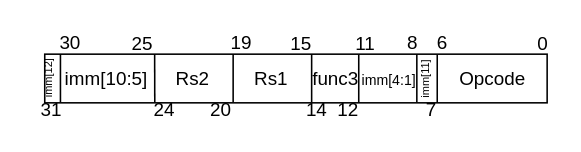
The draw.io diagram LAB3/homebook/images/sources/Btype.drawio in campandrea/Lab_ISA, before the edit. Source tidied: cells renumbered, new cells numbered last; positions are measured from the earlier drawing's top-left corner, leaving out a move shared by most shapes. Both pictures are drawn from the tidied source at 157%, with x=0, y=0 at pixel (14, 27).
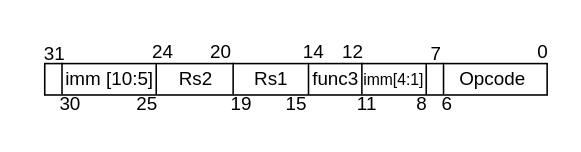
Above is the later version.

What changed in the source:
```diff
@@
-    <mxCell id="2" style="rounded=0;whiteSpace=wrap;html=1;" parent="1" vertex="1">
-      <mxGeometry x="19" y="17" width="320" height="31" as="geometry" />
-    </mxCell>
-    <mxCell id="3" style="endArrow=none;html=1;exitX=0.219;exitY=0.999;exitDx=0;exitDy=0;exitPerimeter=0;" parent="1" edge="1" source="2">
-      <mxGeometry relative="1" as="geometry">
-        <mxPoint x="89" y="17" as="targetPoint" />
-      </mxGeometry>
-    </mxCell>
-    <mxCell id="4" style="endArrow=none;html=1;exitX=0.375;exitY=0.987;exitDx=0;exitDy=0;exitPerimeter=0;" parent="1" edge="1" source="2">
-      <mxGeometry relative="1" as="geometry">
-        <mxPoint x="139" y="17" as="targetPoint" />
-      </mxGeometry>
-    </mxCell>
-    <mxCell id="5" value="imm[10:5]" style="text;html=1;align=center;verticalAlign=middle;" parent="1" vertex="1">
-      <mxGeometry x="23" y="23" width="70" height="20" as="geometry" />
-    </mxCell>
-    <mxCell id="6" value="Rs2" style="text;html=1;align=center;verticalAlign=middle;" parent="1" vertex="1">
-      <mxGeometry x="93" y="22.5" width="40" height="20" as="geometry" />
-    </mxCell>
+    <mxCell id="32" style="rounded=0;whiteSpace=wrap;html=1;" parent="1" vertex="1">
+      <mxGeometry x="19" y="23" width="320" height="20" as="geometry" />
+    </mxCell>
@@
-    <mxCell id="9" value="&lt;font style=&quot;font-size: 9px&quot;&gt;imm[4:1]&lt;/font&gt;" style="text;html=1;align=center;verticalAlign=middle;" parent="1" vertex="1">
-      <mxGeometry x="213" y="22.5" width="50" height="20" as="geometry" />
+    <mxCell id="9" value="&lt;font style=&quot;font-size: 10px&quot;&gt;imm[4:1]&lt;/font&gt;" style="text;html=1;align=center;verticalAlign=middle;" parent="1" vertex="1">
+      <mxGeometry x="216" y="22.5" width="49" height="20" as="geometry" />
     </mxCell>
     <mxCell id="10" value="Opcode" style="text;html=1;align=center;verticalAlign=middle;" parent="1" vertex="1">
-      <mxGeometry x="274" y="22.5" width="60" height="20" as="geometry" />
+      <mxGeometry x="274" y="23" width="60" height="20" as="geometry" />
     </mxCell>
     <mxCell id="11" value="31" style="text;html=1;align=center;verticalAlign=middle;" parent="1" vertex="1">
-      <mxGeometry x="8" y="43" width="30" height="20" as="geometry" />
+      <mxGeometry x="10" y="7" width="30" height="20" as="geometry" />
     </mxCell>
-    <mxCell id="12" value="25" style="text;html=1;align=center;verticalAlign=middle;" parent="1" vertex="1">
-      <mxGeometry x="66" y="1" width="30" height="20" as="geometry" />
-    </mxCell>
-    <mxCell id="13" value="24" style="text;html=1;align=center;verticalAlign=middle;" parent="1" vertex="1">
-      <mxGeometry x="82" y="43" width="25" height="19" as="geometry" />
-    </mxCell>
     <mxCell id="14" value="20" style="text;html=1;align=center;verticalAlign=middle;" parent="1" vertex="1">
-      <mxGeometry x="118" y="43" width="25" height="19" as="geometry" />
+      <mxGeometry x="118" y="6" width="25" height="19" as="geometry" />
     </mxCell>
     <mxCell id="15" value="19" style="text;html=1;align=center;verticalAlign=middle;" parent="1" vertex="1">
-      <mxGeometry x="131" y="0.5" width="25" height="19" as="geometry" />
+      <mxGeometry x="131" y="39" width="25" height="19" as="geometry" />
     </mxCell>
     <mxCell id="16" value="15" style="text;html=1;align=center;verticalAlign=middle;" parent="1" vertex="1">
-      <mxGeometry x="169" y="1" width="25" height="19" as="geometry" />
+      <mxGeometry x="166.5" y="39" width="25" height="19" as="geometry" />
     </mxCell>
     <mxCell id="17" value="14" style="text;html=1;align=center;verticalAlign=middle;" parent="1" vertex="1">
-      <mxGeometry x="179" y="43" width="25" height="19" as="geometry" />
+      <mxGeometry x="177" y="6" width="25" height="19" as="geometry" />
     </mxCell>
     <mxCell id="18" value="12" style="text;html=1;align=center;verticalAlign=middle;" parent="1" vertex="1">
-      <mxGeometry x="199" y="43" width="25" height="19" as="geometry" />
+      <mxGeometry x="202" y="6" width="25" height="19" as="geometry" />
     </mxCell>
-    <mxCell id="19" value="11" style="text;html=1;align=center;verticalAlign=middle;" parent="1" vertex="1">
-      <mxGeometry x="211" y="1.5" width="24" height="19" as="geometry" />
-    </mxCell>
     <mxCell id="20" value="7" style="text;html=1;align=center;verticalAlign=middle;" parent="1" vertex="1">
-      <mxGeometry x="256" y="43.5" width="17" height="19" as="geometry" />
+      <mxGeometry x="259" y="7" width="17" height="19" as="geometry" />
     </mxCell>
     <mxCell id="21" value="6" style="text;html=1;align=center;verticalAlign=middle;" parent="1" vertex="1">
-      <mxGeometry x="263" width="17" height="19" as="geometry" />
+      <mxGeometry x="266" y="39" width="17" height="19" as="geometry" />
     </mxCell>
     <mxCell id="22" value="0" style="text;html=1;align=center;verticalAlign=middle;" parent="1" vertex="1">
-      <mxGeometry x="327" y="1" width="17" height="19" as="geometry" />
+      <mxGeometry x="327" y="6" width="17" height="19" as="geometry" />
     </mxCell>
-    <mxCell id="23" style="endArrow=none;html=1;exitX=0.375;exitY=0.987;exitDx=0;exitDy=0;exitPerimeter=0;" parent="1" edge="1">
-      <mxGeometry relative="1" as="geometry">
-        <mxPoint x="189" y="47.6" as="sourcePoint" />
-        <mxPoint x="189" y="17" as="targetPoint" />
-      </mxGeometry>
-    </mxCell>
-    <mxCell id="24" style="endArrow=none;html=1;exitX=0.375;exitY=0.987;exitDx=0;exitDy=0;exitPerimeter=0;" parent="1" edge="1">
-      <mxGeometry relative="1" as="geometry">
-        <mxPoint x="219" y="48" as="sourcePoint" />
-        <mxPoint x="219" y="17.4" as="targetPoint" />
-      </mxGeometry>
-    </mxCell>
-    <mxCell id="25" style="endArrow=none;html=1;exitX=0.375;exitY=0.987;exitDx=0;exitDy=0;exitPerimeter=0;" parent="1" edge="1">
-      <mxGeometry relative="1" as="geometry">
-        <mxPoint x="269" y="48" as="sourcePoint" />
-        <mxPoint x="269" y="17.4" as="targetPoint" />
-        <Array as="points">
-          <mxPoint x="269" y="33" />
-        </Array>
-      </mxGeometry>
-    </mxCell>
-    <mxCell id="26" style="endArrow=none;html=1;exitX=0.375;exitY=0.987;exitDx=0;exitDy=0;exitPerimeter=0;" parent="1" edge="1">
-      <mxGeometry relative="1" as="geometry">
-        <mxPoint x="29" y="47.6" as="sourcePoint" />
-        <mxPoint x="29" y="17" as="targetPoint" />
-      </mxGeometry>
-    </mxCell>
-    <mxCell id="27" value="&lt;font style=&quot;font-size: 7px&quot;&gt;imm[12]&lt;/font&gt;" style="text;html=1;align=center;verticalAlign=middle;rotation=-90;" parent="1" vertex="1">
-      <mxGeometry y="23" width="40" height="20" as="geometry" />
-    </mxCell>
+    <mxCell id="33" style="endArrow=none;html=1;" parent="1" edge="1">
+      <mxGeometry relative="1" as="geometry">
+        <mxPoint x="273" y="42.5" as="sourcePoint" />
+        <mxPoint x="273" y="22.5" as="targetPoint" />
+        <Array as="points">
+          <mxPoint x="273" y="30.5" />
+        </Array>
+      </mxGeometry>
+    </mxCell>
+    <mxCell id="34" style="endArrow=none;html=1;" parent="1" edge="1">
+      <mxGeometry relative="1" as="geometry">
+        <mxPoint x="221" y="42.5" as="sourcePoint" />
+        <mxPoint x="221" y="22.5" as="targetPoint" />
+        <Array as="points">
+          <mxPoint x="221" y="30.5" />
+        </Array>
+      </mxGeometry>
+    </mxCell>
+    <mxCell id="35" style="endArrow=none;html=1;" parent="1" edge="1">
+      <mxGeometry relative="1" as="geometry">
+        <mxPoint x="187" y="43" as="sourcePoint" />
+        <mxPoint x="187" y="23" as="targetPoint" />
+        <Array as="points">
+          <mxPoint x="187" y="31" />
+        </Array>
+      </mxGeometry>
+    </mxCell>
+    <mxCell id="36" style="endArrow=none;html=1;" parent="1" edge="1">
+      <mxGeometry relative="1" as="geometry">
+        <mxPoint x="139" y="42.5" as="sourcePoint" />
+        <mxPoint x="139" y="22.5" as="targetPoint" />
+        <Array as="points">
+          <mxPoint x="139" y="30.5" />
+        </Array>
+      </mxGeometry>
+    </mxCell>
+    <mxCell id="19" value="11" style="text;html=1;align=center;verticalAlign=middle;" parent="1" vertex="1">
+      <mxGeometry x="212" y="39" width="24" height="19" as="geometry" />
+    </mxCell>
+    <mxCell id="37" style="endArrow=none;html=1;" parent="1" edge="1">
+      <mxGeometry relative="1" as="geometry">
+        <mxPoint x="90" y="43" as="sourcePoint" />
+        <mxPoint x="90" y="23" as="targetPoint" />
+        <Array as="points">
+          <mxPoint x="90" y="31" />
+        </Array>
+      </mxGeometry>
+    </mxCell>
+    <mxCell id="6" value="Rs2" style="text;html=1;align=center;verticalAlign=middle;" parent="1" vertex="1">
+      <mxGeometry x="98" y="23.5" width="33" height="19" as="geometry" />
+    </mxCell>
+    <mxCell id="12" value="25" style="text;html=1;align=center;verticalAlign=middle;" parent="1" vertex="1">
+      <mxGeometry x="71" y="39" width="25" height="19" as="geometry" />
+    </mxCell>
+    <mxCell id="13" value="24" style="text;html=1;align=center;verticalAlign=middle;" parent="1" vertex="1">
+      <mxGeometry x="81" y="6" width="25" height="19" as="geometry" />
+    </mxCell>
+    <mxCell id="38" style="endArrow=none;html=1;" parent="1" edge="1">
+      <mxGeometry relative="1" as="geometry">
+        <mxPoint x="30" y="42.5" as="sourcePoint" />
+        <mxPoint x="30" y="22.5" as="targetPoint" />
+        <Array as="points">
+          <mxPoint x="30" y="30.5" />
+        </Array>
+      </mxGeometry>
+    </mxCell>
     <mxCell id="28" value="30" style="text;html=1;align=center;verticalAlign=middle;" parent="1" vertex="1">
-      <mxGeometry x="22" y="0.5" width="25" height="19" as="geometry" />
+      <mxGeometry x="22" y="39" width="25" height="19" as="geometry" />
     </mxCell>
-    <mxCell id="29" style="endArrow=none;html=1;exitX=0.375;exitY=0.987;exitDx=0;exitDy=0;exitPerimeter=0;" parent="1" edge="1">
-      <mxGeometry relative="1" as="geometry">
-        <mxPoint x="256" y="47.6" as="sourcePoint" />
-        <mxPoint x="256" y="17" as="targetPoint" />
-        <Array as="points">
-          <mxPoint x="256" y="32.6" />
-        </Array>
-      </mxGeometry>
-    </mxCell>
+    <mxCell id="39" value="imm [10:5]" style="text;html=1;align=center;verticalAlign=middle;" parent="1" vertex="1">
+      <mxGeometry x="26" y="23.5" width="67" height="19" as="geometry" />
+    </mxCell>
+    <mxCell id="40" style="endArrow=none;html=1;" parent="1" edge="1">
+      <mxGeometry relative="1" as="geometry">
+        <mxPoint x="262" y="43" as="sourcePoint" />
+        <mxPoint x="262" y="23" as="targetPoint" />
+        <Array as="points">
+          <mxPoint x="262" y="31" />
+        </Array>
+      </mxGeometry>
+    </mxCell>
     <mxCell id="30" value="8" style="text;html=1;align=center;verticalAlign=middle;" parent="1" vertex="1">
-      <mxGeometry x="243" width="20" height="20" as="geometry" />
+      <mxGeometry x="250" y="39" width="17" height="19" as="geometry" />
     </mxCell>
-    <mxCell id="31" value="&lt;font style=&quot;font-size: 7px&quot;&gt;imm[11]&lt;/font&gt;" style="text;html=1;align=center;verticalAlign=middle;rotation=-90;" parent="1" vertex="1">
-      <mxGeometry x="240" y="23.5" width="40" height="20" as="geometry" />
-    </mxCell>
```
